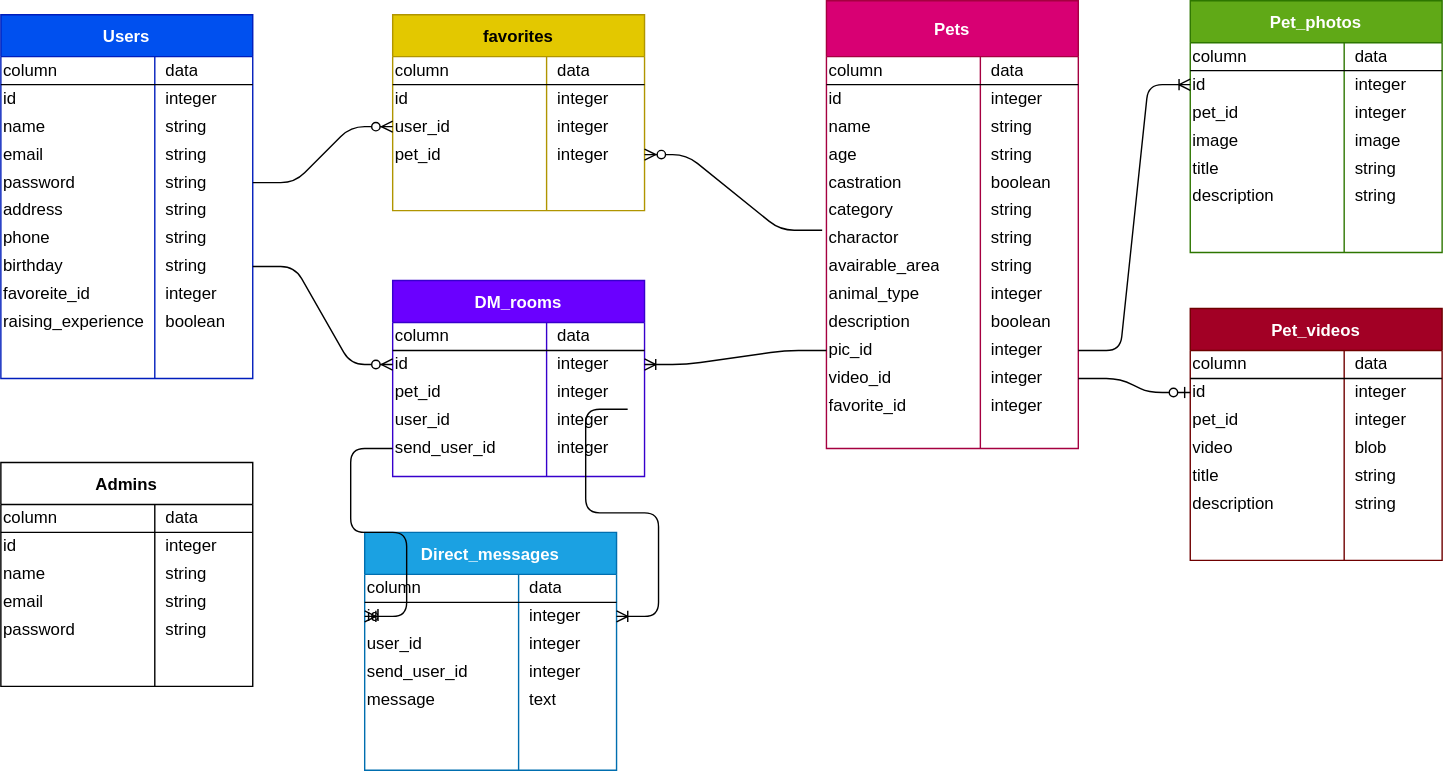
Above: rubyemon.drawio.svg in yosnak13/rubyemon_entity_relationship_diagram (draw.io), before the change. Source tidied: cells renumbered, new cells last; positions are measured from the earlier drawing's top-left corner, leaving out a move shared by most shapes.
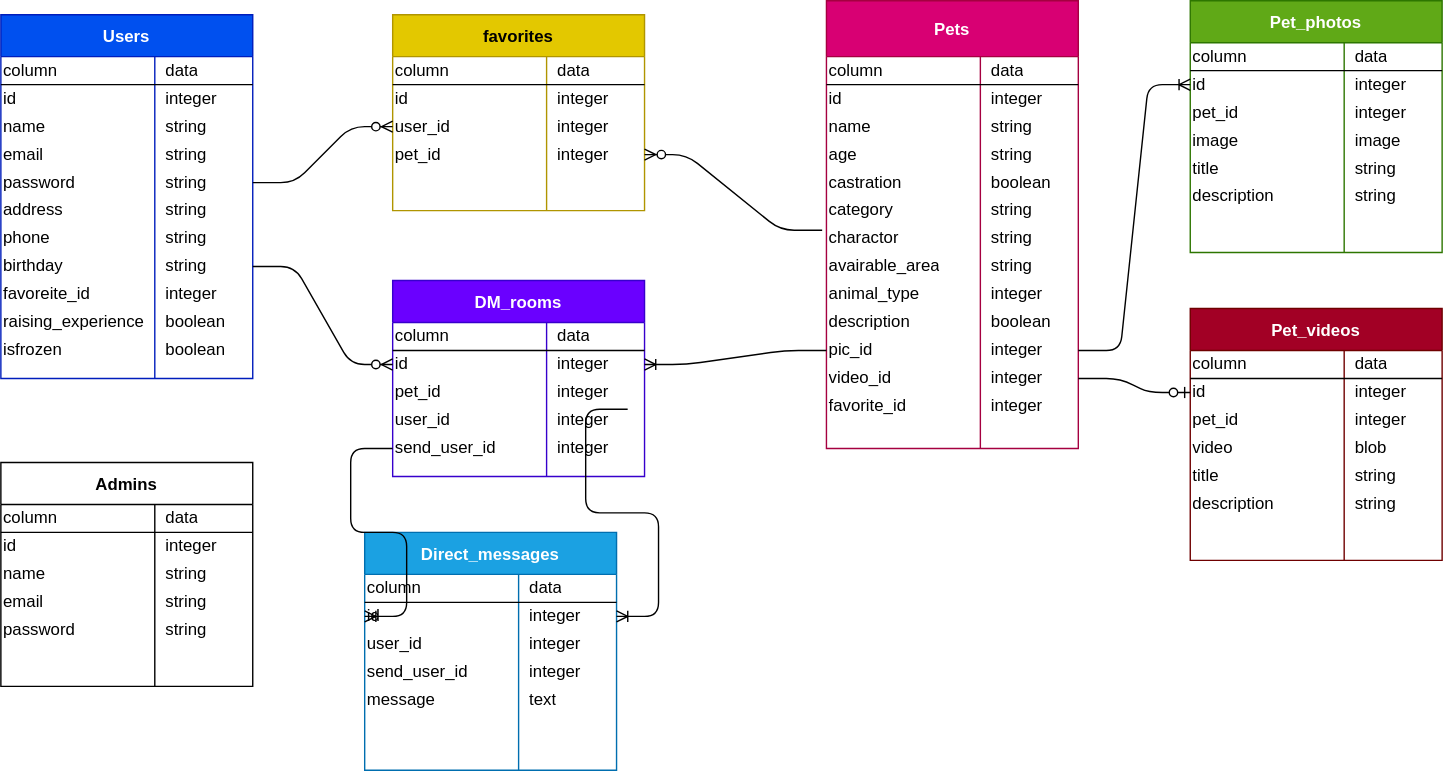
Above is the later version.

Commit message:
add isfrozen to Users

The edit, as a diff of the source:
```diff
@@ -95,6 +95,15 @@
     <mxCell id="32" value="boolean" style="shape=partialRectangle;html=1;whiteSpace=wrap;fillColor=none;top=0;left=0;bottom=0;right=0;align=left;spacingLeft=6;overflow=hidden;" parent="30" vertex="1">
       <mxGeometry x="110" width="70" height="20" as="geometry" />
     </mxCell>
+    <mxCell id="183" style="shape=partialRectangle;html=1;whiteSpace=wrap;fillColor=none;top=0;left=0;bottom=0;right=0;" parent="2" vertex="1">
+      <mxGeometry y="230" width="180" height="20" as="geometry" />
+    </mxCell>
+    <mxCell id="184" value="isfrozen" style="shape=partialRectangle;html=1;whiteSpace=wrap;fillColor=none;top=0;left=0;bottom=0;right=0;overflow=hidden;align=left;" parent="183" vertex="1">
+      <mxGeometry width="110" height="20" as="geometry" />
+    </mxCell>
+    <mxCell id="185" value="boolean" style="shape=partialRectangle;html=1;whiteSpace=wrap;fillColor=none;top=0;left=0;bottom=0;right=0;align=left;spacingLeft=6;overflow=hidden;" parent="183" vertex="1">
+      <mxGeometry x="110" width="70" height="20" as="geometry" />
+    </mxCell>
     <mxCell id="33" value="Pets" style="shape=table;startSize=40;rowLines=0;fontStyle=1;align=center;labelBorderColor=none;labelBackgroundColor=none;fillColor=#d80073;strokeColor=#A50040;fontColor=#ffffff;shadow=0;" parent="1" vertex="1">
       <mxGeometry x="590" width="180" height="320" as="geometry" />
     </mxCell>
```
